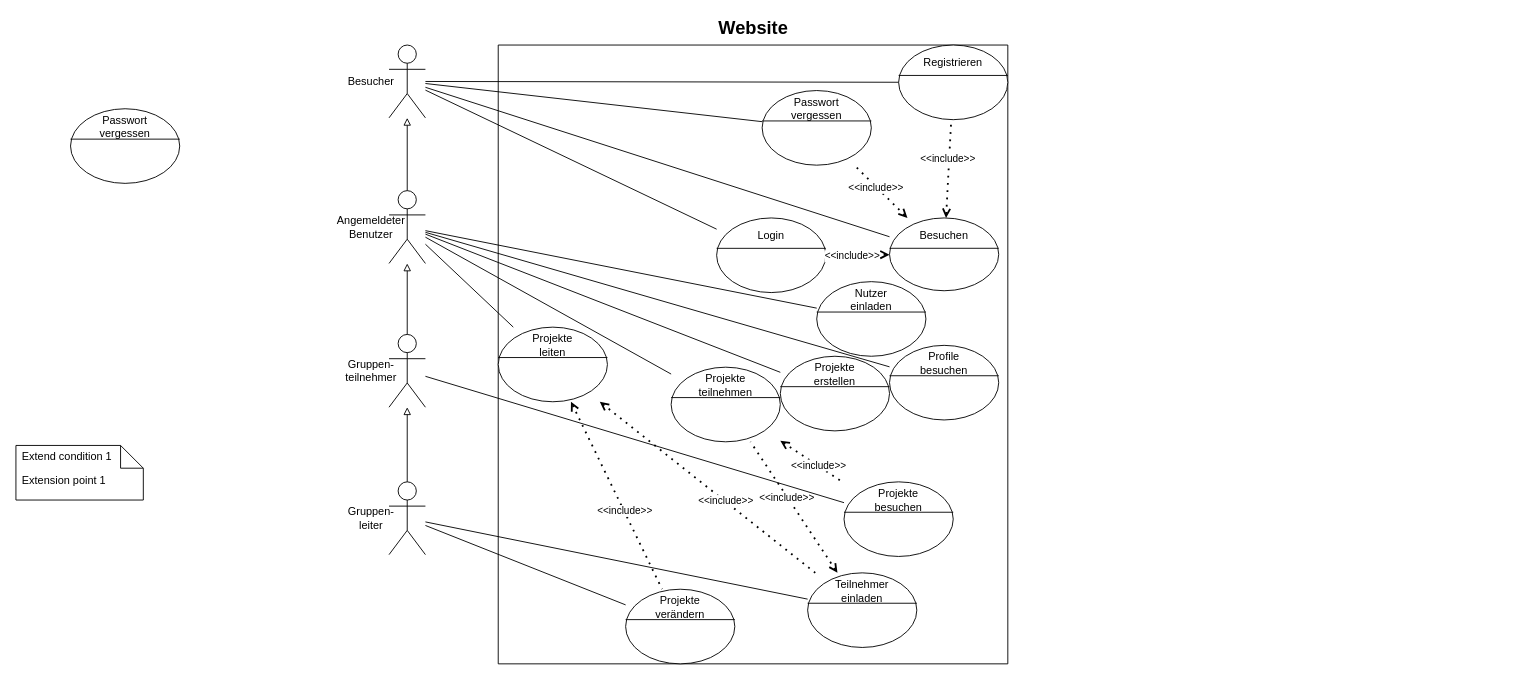
This is Diagramme/04b Use-Case-Diagramm.drawio from holger1111/TaskMaster, a draw.io file, before an edit. Source tidied: cells renumbered, new cells numbered last; positions are measured from the earlier drawing's top-left corner, leaving out a move shared by most shapes. Both pictures are drawn from the tidied source at 91%, with x=0, y=0 at pixel (15, 45).
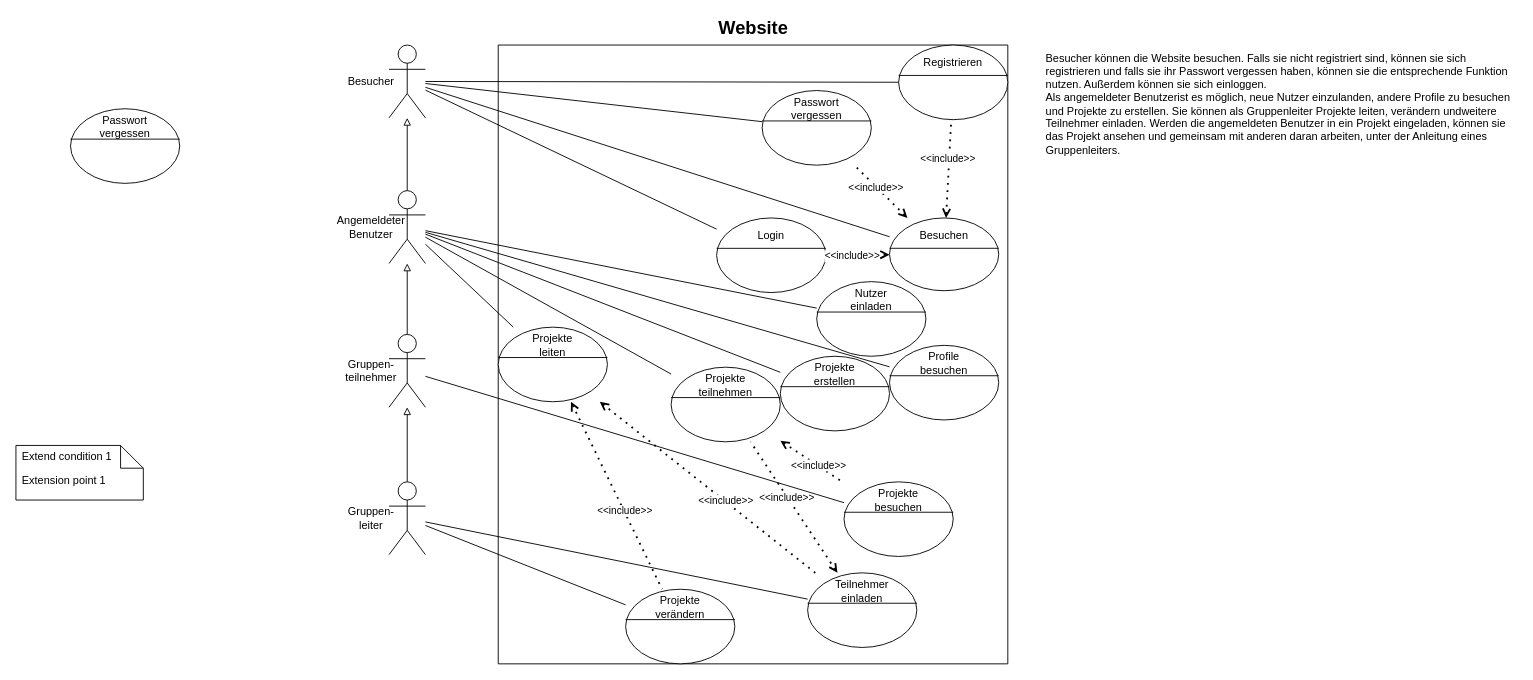
The same page after the edit.

Commit message:
Use-Case-Diagramm abgeschlossen

Diff of the diagram source:
```diff
@@
+    <mxCell id="78" value="Besucher können die Website besuchen. Falls sie nicht registriert sind, können sie sich registrieren und falls sie ihr Passwort vergessen haben, können sie die entsprechende Funktion nutzen. Außerdem können sie sich einloggen.&lt;br&gt;Als angemeldeter Benutzerist es möglich, neue Nutzer einzulanden, andere Profile zu besuchen und Projekte zu erstellen. Sie können als Gruppenleiter Projekte leiten, verändern undweitere Teilnehmer einladen. Werden die angemeldeten Benutzer in ein Projekt eingeladen, können sie das Projekt ansehen und gemeinsam mit anderen daran arbeiten, unter der Anleitung eines Gruppenleiters." style="text;html=1;align=left;verticalAlign=middle;whiteSpace=wrap;rounded=0;" parent="1" vertex="1">
+      <mxGeometry x="1130" width="520" height="130" as="geometry" />
+    </mxCell>
```
